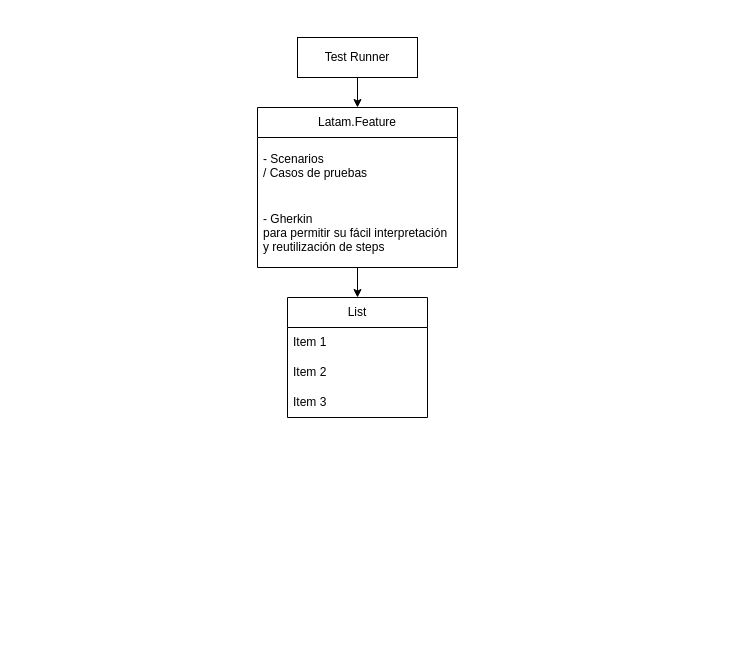
Earlier version of the draw.io diagram Diagrama sin título.drawio (FZeaa/GSQA-Prueba-ATMIngreso). Source tidied: cells renumbered, new cells numbered last; positions are measured from the earlier drawing's top-left corner, leaving out a move shared by most shapes. Both pictures are drawn from the tidied source at 100%, with x=0, y=0 at pixel (257, 37).
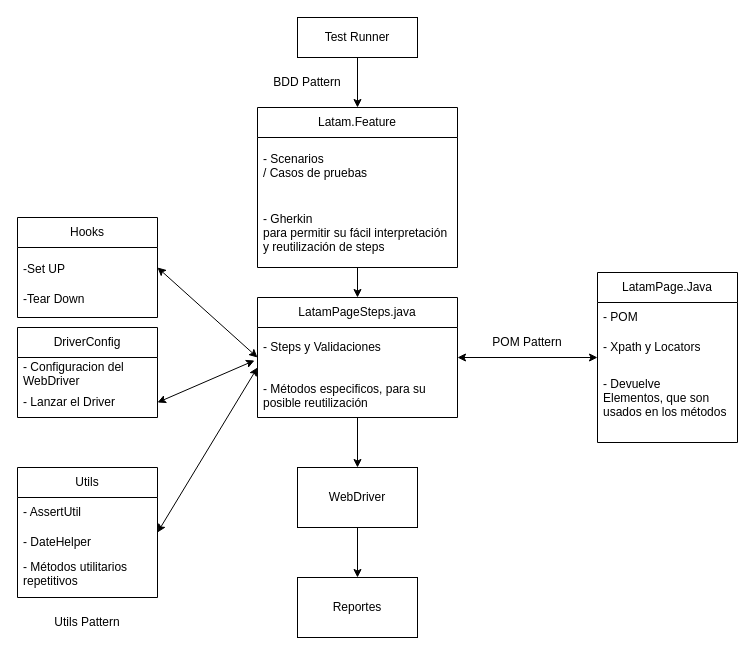
Above is the later version.

Diff of the diagram source:
```diff
@@
     <mxCell id="3" value="Test Runner" style="rounded=0;whiteSpace=wrap;html=1;" parent="1" vertex="1">
-      <mxGeometry x="40" width="120" height="40" as="geometry" />
+      <mxGeometry x="40" y="-20" width="120" height="40" as="geometry" />
     </mxCell>
@@
+    <mxCell id="12" style="edgeStyle=orthogonalEdgeStyle;rounded=0;jettySize=auto;html=1;entryX=0.5;entryY=0;entryDx=0;entryDy=0;" parent="1" edge="1" source="8" target="32">
+      <mxGeometry relative="1" as="geometry" />
+    </mxCell>
-    <mxCell id="8" value="List" style="swimlane;fontStyle=0;horizontal=1;startSize=30;whiteSpace=wrap;html=1;" parent="1" vertex="1">
-      <mxGeometry x="30" y="260" width="140" height="120" as="geometry" />
+    <mxCell id="8" value="LatamPageSteps.java" style="swimlane;fontStyle=0;horizontal=1;startSize=30;whiteSpace=wrap;html=1;" parent="1" vertex="1">
+      <mxGeometry y="260" width="200" height="120" as="geometry" />
     </mxCell>
-    <mxCell id="9" value="Item 1" style="text;strokeColor=none;fillColor=none;align=left;verticalAlign=middle;spacingLeft=4;spacingRight=4;overflow=hidden;points=[[0,0.5],[1,0.5]];portConstraint=eastwest;whiteSpace=wrap;html=1;" parent="8" vertex="1">
-      <mxGeometry y="30" width="140" height="30" as="geometry" />
+    <mxCell id="9" value="- Steps y Validaciones" style="text;strokeColor=none;fillColor=none;align=left;verticalAlign=middle;spacingLeft=4;spacingRight=4;overflow=hidden;points=[[0,0.5],[1,0.5]];portConstraint=eastwest;whiteSpace=wrap;html=1;" parent="8" vertex="1">
+      <mxGeometry y="30" width="200" height="40" as="geometry" />
     </mxCell>
-    <mxCell id="10" value="Item 2" style="text;strokeColor=none;fillColor=none;align=left;verticalAlign=middle;spacingLeft=4;spacingRight=4;overflow=hidden;whiteSpace=wrap;html=1;" parent="8" vertex="1">
-      <mxGeometry y="60" width="140" height="30" as="geometry" />
-    </mxCell>
-    <mxCell id="11" value="Item 3" style="text;strokeColor=none;fillColor=none;align=left;verticalAlign=middle;spacingLeft=4;spacingRight=4;overflow=hidden;whiteSpace=wrap;html=1;" parent="8" vertex="1">
-      <mxGeometry y="90" width="140" height="30" as="geometry" />
+    <mxCell id="11" value="&lt;p class=&quot;MsoNormal&quot;&gt;&lt;span style=&quot;mso-ansi-language:ES-CO&quot; lang=&quot;ES-CO&quot;&gt;- Métodos especificos, para su posible reutilización&lt;/span&gt;&lt;/p&gt;&lt;br&gt;&lt;div&gt;&lt;br&gt;&lt;/div&gt;" style="text;strokeColor=none;fillColor=none;align=left;verticalAlign=middle;spacingLeft=4;spacingRight=4;overflow=hidden;whiteSpace=wrap;html=1;" parent="8" vertex="1">
+      <mxGeometry y="70" width="200" height="50" as="geometry" />
     </mxCell>
+    <mxCell id="13" style="endArrow=classic;startArrow=classic;html=1;rounded=0;exitX=1;exitY=0.5;exitDx=0;exitDy=0;" parent="1" edge="1" source="8" target="14">
+      <mxGeometry relative="1" as="geometry" />
+    </mxCell>
+    <mxCell id="14" value="LatamPage.Java" style="swimlane;fontStyle=0;horizontal=1;startSize=30;whiteSpace=wrap;html=1;" parent="1" vertex="1">
+      <mxGeometry x="340" y="235" width="140" height="170" as="geometry" />
+    </mxCell>
+    <mxCell id="15" value="- POM" style="text;strokeColor=none;fillColor=none;align=left;verticalAlign=middle;spacingLeft=4;spacingRight=4;overflow=hidden;whiteSpace=wrap;html=1;" parent="14" vertex="1">
+      <mxGeometry y="30" width="140" height="30" as="geometry" />
+    </mxCell>
+    <mxCell id="16" value="- Xpath y Locators" style="text;strokeColor=none;fillColor=none;align=left;verticalAlign=middle;spacingLeft=4;spacingRight=4;overflow=hidden;whiteSpace=wrap;html=1;" parent="14" vertex="1">
+      <mxGeometry y="60" width="140" height="30" as="geometry" />
+    </mxCell>
+    <mxCell id="17" value="&lt;p class=&quot;MsoNormal&quot;&gt;&lt;span style=&quot;mso-ansi-language:ES-CO&quot; lang=&quot;ES-CO&quot;&gt;- Devuelve&lt;br/&gt;Elementos, que son usados en los métodos &lt;/span&gt;&lt;/p&gt;&lt;br/&gt;&lt;div&gt;&lt;br/&gt;&lt;/div&gt;" style="text;strokeColor=none;fillColor=none;align=left;verticalAlign=middle;spacingLeft=4;spacingRight=4;overflow=hidden;whiteSpace=wrap;html=1;" parent="14" vertex="1">
+      <mxGeometry y="90" width="140" height="80" as="geometry" />
+    </mxCell>
+    <mxCell id="18" value="Hooks" style="swimlane;fontStyle=0;horizontal=1;startSize=30;whiteSpace=wrap;html=1;" parent="1" vertex="1">
+      <mxGeometry x="-240" y="180" width="140" height="100" as="geometry" />
+    </mxCell>
+    <mxCell id="19" value="&lt;p class=&quot;MsoNormal&quot;&gt;&lt;span style=&quot;mso-ansi-language:ES-CO&quot; lang=&quot;ES-CO&quot;&gt;-Set UP&lt;/span&gt;&lt;/p&gt;&lt;br/&gt;&lt;div&gt;&lt;br/&gt;&lt;/div&gt;" style="text;strokeColor=none;fillColor=none;align=left;verticalAlign=middle;spacingLeft=4;spacingRight=4;overflow=hidden;whiteSpace=wrap;html=1;" parent="18" vertex="1">
+      <mxGeometry y="30" width="140" height="30" as="geometry" />
+    </mxCell>
+    <mxCell id="20" value="&lt;p class=&quot;MsoNormal&quot;&gt;&lt;span style=&quot;mso-ansi-language:ES-CO&quot; lang=&quot;ES-CO&quot;&gt;-Tear Down &lt;/span&gt;&lt;/p&gt;&lt;br/&gt;&lt;div&gt;&lt;br/&gt;&lt;/div&gt;" style="text;strokeColor=none;fillColor=none;align=left;verticalAlign=middle;spacingLeft=4;spacingRight=4;overflow=hidden;whiteSpace=wrap;html=1;" parent="18" vertex="1">
+      <mxGeometry y="60" width="140" height="40" as="geometry" />
+    </mxCell>
+    <mxCell id="21" value="DriverConfig" style="swimlane;fontStyle=0;horizontal=1;startSize=30;whiteSpace=wrap;html=1;" parent="1" vertex="1">
+      <mxGeometry x="-240" y="290" width="140" height="90" as="geometry" />
+    </mxCell>
+    <mxCell id="22" value="- Configuracion del WebDriver" style="text;strokeColor=none;fillColor=none;align=left;verticalAlign=middle;spacingLeft=4;spacingRight=4;overflow=hidden;whiteSpace=wrap;html=1;" parent="21" vertex="1">
+      <mxGeometry y="30" width="140" height="30" as="geometry" />
+    </mxCell>
+    <mxCell id="23" value="- Lanzar el Driver" style="text;strokeColor=none;fillColor=none;align=left;verticalAlign=middle;spacingLeft=4;spacingRight=4;overflow=hidden;points=[[0,0.5],[1,0.5]];portConstraint=eastwest;whiteSpace=wrap;html=1;" parent="21" vertex="1">
+      <mxGeometry y="60" width="140" height="30" as="geometry" />
+    </mxCell>
+    <mxCell id="24" value="Utils" style="swimlane;fontStyle=0;horizontal=1;startSize=30;whiteSpace=wrap;html=1;" parent="1" vertex="1">
+      <mxGeometry x="-240" y="430" width="140" height="130" as="geometry" />
+    </mxCell>
+    <mxCell id="25" value="- AssertUtil" style="text;strokeColor=none;fillColor=none;align=left;verticalAlign=middle;spacingLeft=4;spacingRight=4;overflow=hidden;whiteSpace=wrap;html=1;" parent="24" vertex="1">
+      <mxGeometry y="30" width="140" height="30" as="geometry" />
+    </mxCell>
+    <mxCell id="26" value="- DateHelper" style="text;strokeColor=none;fillColor=none;align=left;verticalAlign=middle;spacingLeft=4;spacingRight=4;overflow=hidden;whiteSpace=wrap;html=1;" parent="24" vertex="1">
+      <mxGeometry y="60" width="140" height="30" as="geometry" />
+    </mxCell>
+    <mxCell id="27" value="- &lt;span style=&quot;mso-ansi-language:ES-CO&quot; lang=&quot;ES-CO&quot;&gt;Métodos utilitarios &lt;/span&gt;&lt;span style=&quot;mso-ansi-language:ES-CO&quot; lang=&quot;ES-CO&quot;&gt;repetitivos &lt;/span&gt;&lt;br&gt;&lt;div&gt;&lt;br&gt;&lt;/div&gt;" style="text;strokeColor=none;fillColor=none;align=left;verticalAlign=middle;spacingLeft=4;spacingRight=4;overflow=hidden;whiteSpace=wrap;html=1;" parent="24" vertex="1">
+      <mxGeometry y="90" width="140" height="40" as="geometry" />
+    </mxCell>
+    <mxCell id="28" style="endArrow=classic;startArrow=classic;html=1;rounded=0;entryX=1;entryY=0.5;entryDx=0;entryDy=0;exitX=0;exitY=0.75;exitDx=0;exitDy=0;exitPerimeter=0;" parent="1" edge="1" source="9" target="18">
+      <mxGeometry relative="1" as="geometry" />
+    </mxCell>
+    <mxCell id="29" style="endArrow=classic;startArrow=classic;html=1;rounded=0;exitX=1;exitY=0.5;exitDx=0;exitDy=0;entryX=0;entryY=1;entryDx=0;entryDy=0;entryPerimeter=0;" parent="1" edge="1" source="24" target="9">
+      <mxGeometry relative="1" as="geometry" />
+    </mxCell>
+    <mxCell id="30" style="endArrow=classic;startArrow=classic;html=1;rounded=0;exitX=1;exitY=0.5;exitDx=0;exitDy=0;entryX=-0.015;entryY=0.825;entryDx=0;entryDy=0;entryPerimeter=0;" parent="1" edge="1" source="23" target="9">
+      <mxGeometry relative="1" as="geometry" />
+    </mxCell>
+    <mxCell id="31" style="edgeStyle=orthogonalEdgeStyle;rounded=0;jettySize=auto;html=1;" parent="1" edge="1" source="32" target="33">
+      <mxGeometry relative="1" as="geometry" />
+    </mxCell>
+    <mxCell id="32" value="WebDriver" style="rounded=0;whiteSpace=wrap;html=1;" parent="1" vertex="1">
+      <mxGeometry x="40" y="430" width="120" height="60" as="geometry" />
+    </mxCell>
+    <mxCell id="33" value="&lt;p class=&quot;MsoNormal&quot;&gt;&lt;span style=&quot;mso-ansi-language:ES-CO&quot; lang=&quot;ES-CO&quot;&gt;Reportes&lt;/span&gt;&lt;/p&gt;" style="rounded=0;whiteSpace=wrap;html=1;" parent="1" vertex="1">
+      <mxGeometry x="40" y="540" width="120" height="60" as="geometry" />
+    </mxCell>
+    <mxCell id="34" value="&lt;span style=&quot;&quot;&gt;Utils Pattern&lt;/span&gt;" style="text;html=1;align=center;verticalAlign=middle;whiteSpace=wrap;rounded=0;fontColor=light-dark(#000000,#FF3333);rotation=0;" parent="1" vertex="1">
+      <mxGeometry x="-220" y="570" width="100" height="30" as="geometry" />
+    </mxCell>
+    <mxCell id="35" value="&lt;span style=&quot;&quot;&gt;BDD Pattern&lt;/span&gt;" style="text;html=1;align=center;verticalAlign=middle;whiteSpace=wrap;rounded=0;fontColor=light-dark(#000000,#FF3333);rotation=0;" parent="1" vertex="1">
+      <mxGeometry y="30" width="100" height="30" as="geometry" />
+    </mxCell>
+    <mxCell id="36" value="&lt;span style=&quot;&quot;&gt;POM Pattern&lt;/span&gt;" style="text;html=1;align=center;verticalAlign=middle;whiteSpace=wrap;rounded=0;fontColor=light-dark(#000000,#FF3333);rotation=0;" parent="1" vertex="1">
+      <mxGeometry x="220" y="290" width="100" height="30" as="geometry" />
+    </mxCell>
```
